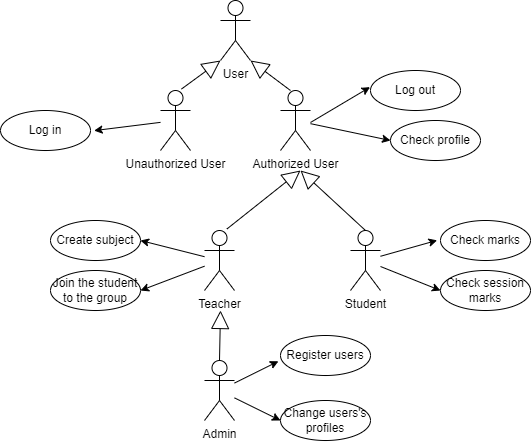
The draw.io diagram docs/Campus.png in mezidia/User-Interfaces-Design, before a commit. Source tidied: cells renumbered, new cells last; positions are measured from the earlier drawing's top-left corner, leaving out a move shared by most shapes.
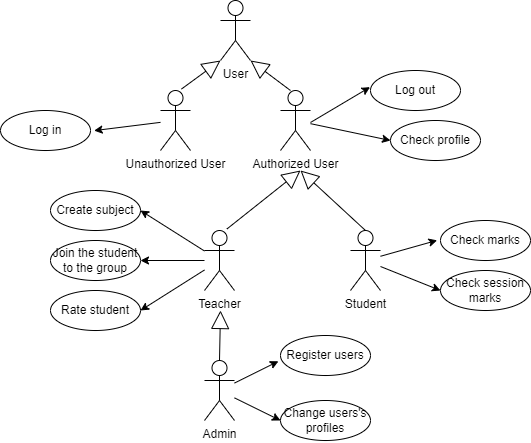
The same diagram one commit later.

Commit message:
📝: add "Rate student"

What changed in the source:
```diff
@@ -17,6 +17,9 @@
     <mxCell id="6" style="edgeStyle=none;rounded=0;jettySize=auto;html=1;entryX=1;entryY=0.5;entryDx=0;entryDy=0;" parent="1" edge="1" source="7" target="27">
       <mxGeometry relative="1" as="geometry" />
     </mxCell>
+    <mxCell id="31" style="edgeStyle=none;rounded=0;jettySize=auto;html=1;entryX=1;entryY=0.5;entryDx=0;entryDy=0;" parent="1" edge="1" source="7" target="32">
+      <mxGeometry relative="1" as="geometry" />
+    </mxCell>
     <mxCell id="7" value="Teacher" style="shape=umlActor;verticalLabelPosition=bottom;verticalAlign=top;html=1;" parent="1" vertex="1">
       <mxGeometry x="204" y="230" width="30" height="60" as="geometry" />
     </mxCell>
@@ -81,10 +84,10 @@
       </mxGeometry>
     </mxCell>
     <mxCell id="26" value="Create subject" style="ellipse;whiteSpace=wrap;html=1;" parent="1" vertex="1">
-      <mxGeometry x="50" y="220" width="90" height="40" as="geometry" />
+      <mxGeometry x="50" y="190" width="90" height="40" as="geometry" />
     </mxCell>
     <mxCell id="27" value="Join the student to the group" style="ellipse;whiteSpace=wrap;html=1;" parent="1" vertex="1">
-      <mxGeometry x="50" y="270" width="90" height="40" as="geometry" />
+      <mxGeometry x="50" y="240" width="90" height="40" as="geometry" />
     </mxCell>
     <mxCell id="28" style="endArrow=block;endSize=16;endFill=0;html=1;rounded=0;exitX=0.5;exitY=0;exitDx=0;exitDy=0;exitPerimeter=0;" parent="1" edge="1" source="10">
       <mxGeometry relative="1" as="geometry">
@@ -97,5 +100,8 @@
     <mxCell id="30" value="Change users's profiles" style="ellipse;whiteSpace=wrap;html=1;" parent="1" vertex="1">
       <mxGeometry x="280" y="400" width="90" height="40" as="geometry" />
     </mxCell>
+    <mxCell id="32" value="Rate student" style="ellipse;whiteSpace=wrap;html=1;" parent="1" vertex="1">
+      <mxGeometry x="50" y="290" width="90" height="40" as="geometry" />
+    </mxCell>
   </root>
 </mxGraphModel>
```
